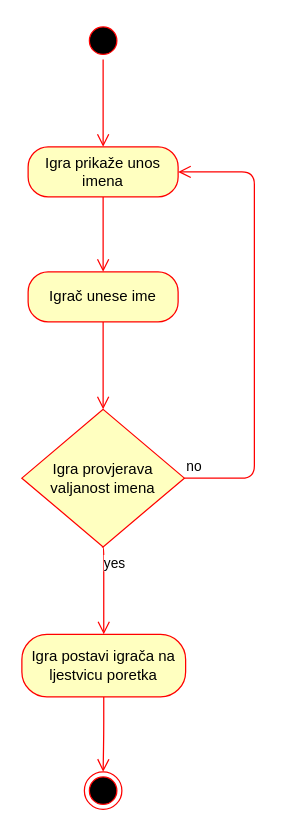
mmravak/Sliding-puzzle keeps this draw.io diagram as page "Activity Bodovanje" (5 of 7) of dijagram.drawio. Above is the earlier version. Source tidied: cells renumbered, new cells numbered last; positions are measured from the earlier drawing's top-left corner, leaving out a move shared by most shapes. Both pictures are drawn from the tidied source at 125%, with x=0, y=0 at pixel (21, 21).
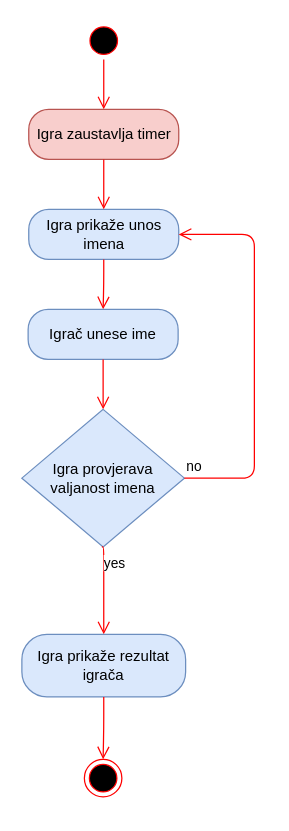
The same page after the edit.

Diff of the diagram source:
```diff
@@
 <mxGraphModel>
   <root>
     <mxCell id="0" />
     <mxCell id="1" parent="0" />
     <mxCell id="2" style="ellipse;html=1;shape=startState;fillColor=#000000;strokeColor=#ff0000;" parent="1" vertex="1">
-      <mxGeometry x="50" width="30" height="30" as="geometry" />
+      <mxGeometry x="50.5" width="30" height="30" as="geometry" />
     </mxCell>
-    <mxCell id="3" style="edgeStyle=orthogonalEdgeStyle;html=1;verticalAlign=bottom;endArrow=open;endSize=8;strokeColor=#ff0000;entryX=0.5;entryY=0;entryDx=0;entryDy=0;" parent="1" edge="1" source="2" target="5">
+    <mxCell id="3" style="edgeStyle=orthogonalEdgeStyle;html=1;verticalAlign=bottom;endArrow=open;endSize=8;strokeColor=#ff0000;entryX=0.5;entryY=0;entryDx=0;entryDy=0;" parent="1" edge="1" source="2" target="14">
       <mxGeometry relative="1" as="geometry" />
     </mxCell>
     <mxCell id="4" style="ellipse;html=1;shape=endState;fillColor=#000000;strokeColor=#ff0000;" parent="1" vertex="1">
-      <mxGeometry x="50" y="600" width="30" height="30" as="geometry" />
+      <mxGeometry x="50" y="590" width="30" height="30" as="geometry" />
     </mxCell>
-    <mxCell id="5" value="Igra prikaže unos imena" style="rounded=1;whiteSpace=wrap;html=1;arcSize=40;fontColor=#000000;fillColor=#ffffc0;strokeColor=#ff0000;" parent="1" vertex="1">
-      <mxGeometry x="5" y="100" width="120" height="40" as="geometry" />
+    <mxCell id="5" value="Igra prikaže unos imena" style="rounded=1;whiteSpace=wrap;html=1;arcSize=40;fillColor=#dae8fc;strokeColor=#6c8ebf;" parent="1" vertex="1">
+      <mxGeometry x="5.5" y="150" width="120" height="40" as="geometry" />
     </mxCell>
     <mxCell id="6" style="edgeStyle=orthogonalEdgeStyle;html=1;verticalAlign=bottom;endArrow=open;endSize=8;strokeColor=#ff0000;entryX=0.5;entryY=0;entryDx=0;entryDy=0;" parent="1" edge="1" source="5" target="7">
       <mxGeometry relative="1" as="geometry" />
     </mxCell>
-    <mxCell id="7" value="Igrač unese ime" style="rounded=1;whiteSpace=wrap;html=1;arcSize=40;fontColor=#000000;fillColor=#ffffc0;strokeColor=#ff0000;" parent="1" vertex="1">
-      <mxGeometry x="5" y="200" width="120" height="40" as="geometry" />
+    <mxCell id="7" value="Igrač unese ime" style="rounded=1;whiteSpace=wrap;html=1;arcSize=40;fillColor=#dae8fc;strokeColor=#6c8ebf;" parent="1" vertex="1">
+      <mxGeometry x="5" y="230" width="120" height="40" as="geometry" />
     </mxCell>
     <mxCell id="8" style="edgeStyle=orthogonalEdgeStyle;html=1;verticalAlign=bottom;endArrow=open;endSize=8;strokeColor=#ff0000;entryX=0.5;entryY=0;entryDx=0;entryDy=0;" parent="1" edge="1" source="7" target="9">
       <mxGeometry relative="1" as="geometry" />
     </mxCell>
-    <mxCell id="9" value="Igra provjerava valjanost imena" style="rhombus;whiteSpace=wrap;html=1;fillColor=#ffffc0;strokeColor=#ff0000;" parent="1" vertex="1">
+    <mxCell id="9" value="Igra provjerava valjanost imena" style="rhombus;whiteSpace=wrap;html=1;fillColor=#dae8fc;strokeColor=#6c8ebf;" parent="1" vertex="1">
       <mxGeometry y="310" width="130" height="110" as="geometry" />
     </mxCell>
     <mxCell id="10" value="no" style="edgeStyle=orthogonalEdgeStyle;html=1;align=left;verticalAlign=bottom;endArrow=open;endSize=8;strokeColor=#ff0000;entryX=1;entryY=0.5;entryDx=0;entryDy=0;" parent="1" edge="1" source="9" target="5">
       <mxGeometry x="-1" relative="1" as="geometry">
         <Array as="points">
           <mxPoint x="186" y="365" />
-          <mxPoint x="186" y="120" />
+          <mxPoint x="186" y="170" />
         </Array>
       </mxGeometry>
     </mxCell>
     <mxCell id="11" value="yes" style="edgeStyle=orthogonalEdgeStyle;html=1;align=left;verticalAlign=top;endArrow=open;endSize=8;strokeColor=#ff0000;entryX=0.5;entryY=0;entryDx=0;entryDy=0;" parent="1" edge="1" target="12">
       <mxGeometry x="-1" relative="1" as="geometry">
         <mxPoint x="64" y="420" as="sourcePoint" />
         <Array as="points">
           <mxPoint x="65" y="420" />
         </Array>
       </mxGeometry>
     </mxCell>
-    <mxCell id="12" value="Igra postavi igrača na ljestvicu poretka" style="rounded=1;whiteSpace=wrap;html=1;arcSize=40;fontColor=#000000;fillColor=#ffffc0;strokeColor=#ff0000;" parent="1" vertex="1">
+    <mxCell id="12" value="Igra prikaže rezultat igrača" style="rounded=1;whiteSpace=wrap;html=1;arcSize=40;fillColor=#dae8fc;strokeColor=#6c8ebf;" parent="1" vertex="1">
       <mxGeometry y="490" width="131" height="50" as="geometry" />
     </mxCell>
     <mxCell id="13" style="edgeStyle=orthogonalEdgeStyle;html=1;verticalAlign=bottom;endArrow=open;endSize=8;strokeColor=#ff0000;entryX=0.5;entryY=0;entryDx=0;entryDy=0;" parent="1" edge="1" source="12" target="4">
       <mxGeometry relative="1" as="geometry" />
     </mxCell>
+    <mxCell id="14" value="Igra zaustavlja timer" style="rounded=1;whiteSpace=wrap;html=1;arcSize=40;fillColor=#f8cecc;strokeColor=#b85450;" parent="1" vertex="1">
+      <mxGeometry x="5.5" y="70" width="120" height="40" as="geometry" />
+    </mxCell>
+    <mxCell id="15" style="edgeStyle=orthogonalEdgeStyle;html=1;verticalAlign=bottom;endArrow=open;endSize=8;strokeColor=#ff0000;entryX=0.5;entryY=0;entryDx=0;entryDy=0;" parent="1" edge="1" source="14" target="5">
+      <mxGeometry relative="1" as="geometry" />
+    </mxCell>
   </root>
 </mxGraphModel>
```
